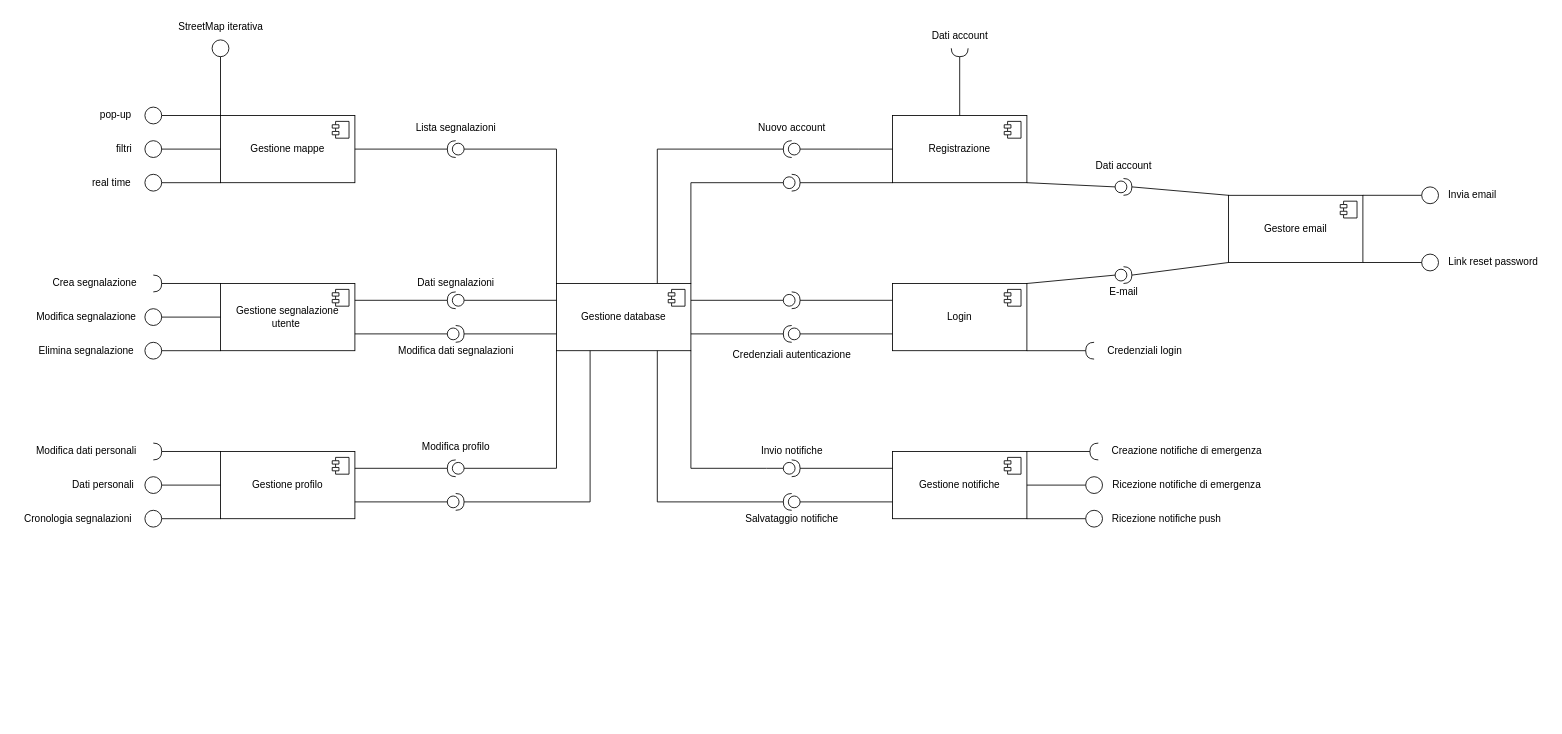
Earlier version of the draw.io diagram page "Copia di Pagina-1" (2 of 2) of ComponentDiagram.drawio (LucaBarbolini/Prova1). Source tidied: cells renumbered, new cells numbered last; positions are measured from the earlier drawing's top-left corner, leaving out a move shared by most shapes. Both pictures are drawn from the tidied source at 84%, with x=0, y=0 at pixel (14, 14).
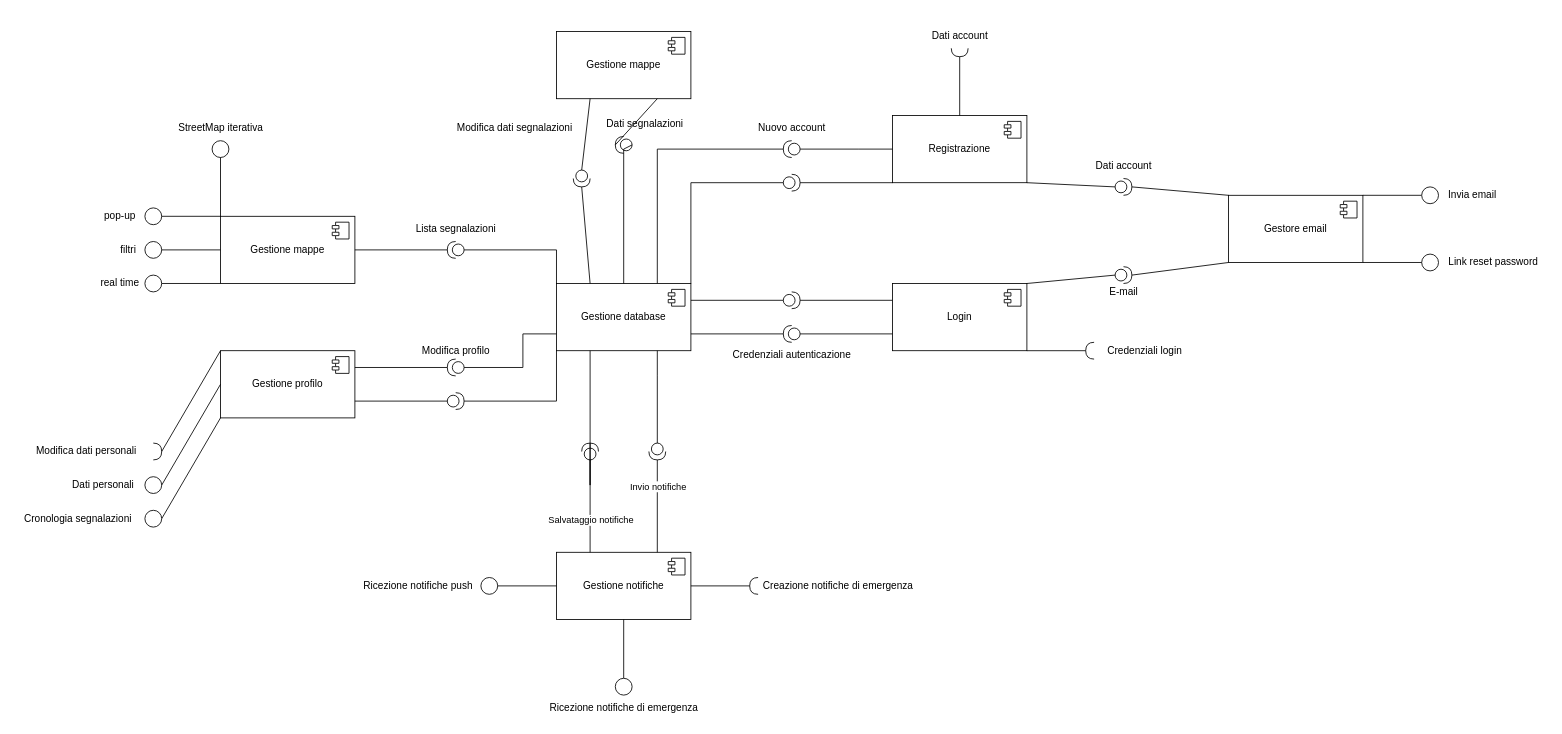
The same page after the edit.

Unchanged cells that the change refers to:
```xml
<mxCell id="2" value="Gestione database" style="html=1;whiteSpace=wrap;" parent="1" vertex="1">
  <mxGeometry x="645" y="320" width="160" height="80" as="geometry" />
</mxCell>
```

What changed in the source:
```diff
@@
     <mxCell id="10" value="Gestione profilo" style="html=1;whiteSpace=wrap;" parent="1" vertex="1">
-      <mxGeometry x="245" y="520" width="160" height="80" as="geometry" />
+      <mxGeometry x="245" y="400" width="160" height="80" as="geometry" />
     </mxCell>
@@
-    <mxCell id="12" value="Gestione segnalazione utente&amp;nbsp;" style="html=1;whiteSpace=wrap;" parent="1" vertex="1">
-      <mxGeometry x="245" y="320" width="160" height="80" as="geometry" />
+    <mxCell id="12" value="Gestione mappe" style="html=1;whiteSpace=wrap;" parent="1" vertex="1">
+      <mxGeometry x="245" y="240" width="160" height="80" as="geometry" />
     </mxCell>
@@
     <mxCell id="14" value="Gestione mappe" style="html=1;whiteSpace=wrap;" parent="1" vertex="1">
-      <mxGeometry x="245" y="120" width="160" height="80" as="geometry" />
+      <mxGeometry x="645" y="20" width="160" height="80" as="geometry" />
     </mxCell>
@@
     <mxCell id="26" style="ellipse;whiteSpace=wrap;html=1;" parent="1" vertex="1">
-      <mxGeometry x="155" y="350" width="20" height="20" as="geometry" />
+      <mxGeometry x="155" y="270" width="20" height="20" as="geometry" />
     </mxCell>
-    <mxCell id="27" value="Modifica segnalazione" style="text;html=1;align=center;verticalAlign=middle;strokeColor=none;fillColor=none;" parent="1" vertex="1">
-      <mxGeometry x="15" y="345" width="140" height="30" as="geometry" />
-    </mxCell>
-    <mxCell id="28" value="Crea segnalazione" style="text;html=1;align=center;verticalAlign=middle;strokeColor=none;fillColor=none;" parent="1" vertex="1">
-      <mxGeometry x="35" y="305" width="120" height="30" as="geometry" />
-    </mxCell>
-    <mxCell id="29" style="endArrow=none;html=1;rounded=0;entryX=0;entryY=0;entryDx=0;entryDy=0;exitX=1;exitY=0.5;exitDx=0;exitDy=0;exitPerimeter=0;" parent="1" edge="1" source="30" target="12">
-      <mxGeometry relative="1" as="geometry" />
-    </mxCell>
-    <mxCell id="30" style="shape=requiredInterface;html=1;verticalLabelPosition=bottom;sketch=0;" parent="1" vertex="1">
-      <mxGeometry x="165" y="310" width="10" height="20" as="geometry" />
-    </mxCell>
     <mxCell id="31" style="ellipse;whiteSpace=wrap;html=1;" parent="1" vertex="1">
-      <mxGeometry x="155" y="390" width="20" height="20" as="geometry" />
+      <mxGeometry x="155" y="310" width="20" height="20" as="geometry" />
     </mxCell>
@@
-    <mxCell id="33" value="Elimina segnalazione" style="text;html=1;align=center;verticalAlign=middle;strokeColor=none;fillColor=none;" parent="1" vertex="1">
-      <mxGeometry x="15" y="385" width="140" height="30" as="geometry" />
-    </mxCell>
@@
-    <mxCell id="56" style="ellipse;whiteSpace=wrap;html=1;direction=south;" parent="1" vertex="1">
-      <mxGeometry x="155" y="110" width="20" height="20" as="geometry" />
-    </mxCell>
-    <mxCell id="57" style="endArrow=none;html=1;rounded=0;entryX=0;entryY=0;entryDx=0;entryDy=0;exitX=0.5;exitY=0;exitDx=0;exitDy=0;" parent="1" edge="1" source="56" target="14">
-      <mxGeometry relative="1" as="geometry" />
-    </mxCell>
     <mxCell id="58" style="shape=providedRequiredInterface;html=1;verticalLabelPosition=bottom;sketch=0;direction=west;" parent="1" vertex="1">
-      <mxGeometry x="515" y="530" width="20" height="20" as="geometry" />
+      <mxGeometry x="515" y="410" width="20" height="20" as="geometry" />
     </mxCell>
-    <mxCell id="59" style="endArrow=none;html=1;rounded=0;entryX=0;entryY=1;entryDx=0;entryDy=0;exitX=0;exitY=0.5;exitDx=0;exitDy=0;exitPerimeter=0;" parent="1" edge="1" source="58" target="2">
+    <mxCell id="59" style="endArrow=none;html=1;rounded=0;entryX=0;entryY=0.75;entryDx=0;entryDy=0;exitX=0;exitY=0.5;exitDx=0;exitDy=0;exitPerimeter=0;" parent="1" edge="1" source="58" target="2">
       <mxGeometry relative="1" as="geometry">
         <Array as="points">
-          <mxPoint x="645" y="540" />
+          <mxPoint x="605" y="420" />
+          <mxPoint x="605" y="380" />
         </Array>
       </mxGeometry>
     </mxCell>
@@
     <mxCell id="61" value="Modifica profilo" style="text;html=1;align=center;verticalAlign=middle;strokeColor=none;fillColor=none;" parent="1" vertex="1">
-      <mxGeometry x="475" y="500" width="100" height="30" as="geometry" />
+      <mxGeometry x="475" y="385" width="100" height="30" as="geometry" />
     </mxCell>
-    <mxCell id="62" style="endArrow=none;html=1;rounded=0;entryX=0;entryY=0.25;entryDx=0;entryDy=0;exitX=0;exitY=0.5;exitDx=0;exitDy=0;exitPerimeter=0;" parent="1" edge="1" source="67" target="2">
-      <mxGeometry relative="1" as="geometry" />
+    <mxCell id="62" style="endArrow=none;html=1;rounded=0;entryX=0;entryY=0;entryDx=0;entryDy=0;exitX=0;exitY=0.5;exitDx=0;exitDy=0;exitPerimeter=0;" parent="1" edge="1" source="67" target="2">
+      <mxGeometry relative="1" as="geometry">
+        <Array as="points">
+          <mxPoint x="645" y="280" />
+        </Array>
+      </mxGeometry>
     </mxCell>
-    <mxCell id="63" style="endArrow=none;html=1;rounded=0;entryX=0;entryY=0.75;entryDx=0;entryDy=0;exitX=1;exitY=0.5;exitDx=0;exitDy=0;exitPerimeter=0;" parent="1" edge="1" source="66" target="2">
+    <mxCell id="63" style="endArrow=none;html=1;rounded=0;entryX=0.25;entryY=0;entryDx=0;entryDy=0;exitX=1;exitY=0.5;exitDx=0;exitDy=0;exitPerimeter=0;" parent="1" edge="1" source="66" target="2">
       <mxGeometry relative="1" as="geometry" />
     </mxCell>
-    <mxCell id="64" style="endArrow=none;html=1;rounded=0;exitX=1;exitY=0.75;exitDx=0;exitDy=0;entryX=0;entryY=0.5;entryDx=0;entryDy=0;entryPerimeter=0;" parent="1" edge="1" source="12" target="66">
+    <mxCell id="64" style="endArrow=none;html=1;rounded=0;exitX=0.25;exitY=1;exitDx=0;exitDy=0;entryX=0;entryY=0.5;entryDx=0;entryDy=0;entryPerimeter=0;" parent="1" edge="1" source="14" target="66">
       <mxGeometry relative="1" as="geometry" />
     </mxCell>
-    <mxCell id="65" style="endArrow=none;html=1;rounded=0;exitX=1;exitY=0.25;exitDx=0;exitDy=0;entryX=1;entryY=0.5;entryDx=0;entryDy=0;entryPerimeter=0;" parent="1" edge="1" source="12" target="67">
+    <mxCell id="65" style="endArrow=none;html=1;rounded=0;exitX=1;exitY=0.5;exitDx=0;exitDy=0;entryX=1;entryY=0.5;entryDx=0;entryDy=0;entryPerimeter=0;" parent="1" edge="1" source="12" target="67">
       <mxGeometry relative="1" as="geometry" />
     </mxCell>
-    <mxCell id="66" style="shape=providedRequiredInterface;html=1;verticalLabelPosition=bottom;sketch=0;direction=east;" parent="1" vertex="1">
-      <mxGeometry x="515" y="370" width="20" height="20" as="geometry" />
+    <mxCell id="66" style="shape=providedRequiredInterface;html=1;verticalLabelPosition=bottom;sketch=0;direction=south;" parent="1" vertex="1">
+      <mxGeometry x="665" y="185" width="20" height="20" as="geometry" />
     </mxCell>
     <mxCell id="67" style="shape=providedRequiredInterface;html=1;verticalLabelPosition=bottom;sketch=0;direction=west;" parent="1" vertex="1">
-      <mxGeometry x="515" y="330" width="20" height="20" as="geometry" />
+      <mxGeometry x="515" y="270" width="20" height="20" as="geometry" />
     </mxCell>
     <mxCell id="68" value="Modifica dati segnalazioni" style="text;html=1;align=center;verticalAlign=middle;strokeColor=none;fillColor=none;" parent="1" vertex="1">
-      <mxGeometry x="445" y="385" width="160" height="30" as="geometry" />
+      <mxGeometry x="515" y="120" width="160" height="30" as="geometry" />
     </mxCell>
     <mxCell id="69" value="Gestione notifiche" style="html=1;whiteSpace=wrap;" parent="1" vertex="1">
-      <mxGeometry x="1045" y="520" width="160" height="80" as="geometry" />
+      <mxGeometry x="645" y="640" width="160" height="80" as="geometry" />
     </mxCell>
@@
-    <mxCell id="71" style="endArrow=none;html=1;rounded=0;entryX=1;entryY=0.5;entryDx=0;entryDy=0;exitX=0;exitY=0.5;exitDx=0;exitDy=0;" parent="1" edge="1" source="72" target="69">
+    <mxCell id="71" style="endArrow=none;html=1;rounded=0;entryX=0.5;entryY=1;entryDx=0;entryDy=0;exitX=0;exitY=0.5;exitDx=0;exitDy=0;" parent="1" edge="1" source="72" target="69">
       <mxGeometry relative="1" as="geometry" />
     </mxCell>
-    <mxCell id="72" style="ellipse;whiteSpace=wrap;html=1;" parent="1" vertex="1">
-      <mxGeometry x="1275" y="550" width="20" height="20" as="geometry" />
+    <mxCell id="72" style="ellipse;whiteSpace=wrap;html=1;direction=south;" parent="1" vertex="1">
+      <mxGeometry x="715" y="790" width="20" height="20" as="geometry" />
     </mxCell>
-    <mxCell id="73" style="endArrow=none;html=1;rounded=0;entryX=1;entryY=1;entryDx=0;entryDy=0;exitX=0;exitY=0.5;exitDx=0;exitDy=0;" parent="1" edge="1" source="74" target="69">
+    <mxCell id="73" style="endArrow=none;html=1;rounded=0;entryX=0;entryY=0.5;entryDx=0;entryDy=0;exitX=0;exitY=0.5;exitDx=0;exitDy=0;" parent="1" edge="1" source="74" target="69">
       <mxGeometry relative="1" as="geometry" />
     </mxCell>
-    <mxCell id="74" style="ellipse;whiteSpace=wrap;html=1;" parent="1" vertex="1">
-      <mxGeometry x="1275" y="590" width="20" height="20" as="geometry" />
+    <mxCell id="74" style="ellipse;whiteSpace=wrap;html=1;direction=west;" parent="1" vertex="1">
+      <mxGeometry x="555" y="670" width="20" height="20" as="geometry" />
     </mxCell>
     <mxCell id="75" value="Ricezione notifiche push" style="text;html=1;align=center;verticalAlign=middle;strokeColor=none;fillColor=none;" parent="1" vertex="1">
-      <mxGeometry x="1296" y="585" width="150" height="30" as="geometry" />
+      <mxGeometry x="405" y="665" width="150" height="30" as="geometry" />
     </mxCell>
     <mxCell id="76" value="Ricezione notifiche di emergenza" style="text;html=1;align=center;verticalAlign=middle;strokeColor=none;fillColor=none;" parent="1" vertex="1">
-      <mxGeometry x="1295" y="545" width="200" height="30" as="geometry" />
+      <mxGeometry x="625" y="810" width="200" height="30" as="geometry" />
     </mxCell>
     <mxCell id="77" style="shape=requiredInterface;html=1;verticalLabelPosition=bottom;sketch=0;direction=west;" parent="1" vertex="1">
-      <mxGeometry x="1280" y="510" width="10" height="20" as="geometry" />
+      <mxGeometry x="875" y="670" width="10" height="20" as="geometry" />
     </mxCell>
-    <mxCell id="78" style="endArrow=none;html=1;rounded=0;entryX=1;entryY=0.5;entryDx=0;entryDy=0;entryPerimeter=0;exitX=1;exitY=0;exitDx=0;exitDy=0;" parent="1" edge="1" source="69" target="77">
+    <mxCell id="78" style="endArrow=none;html=1;rounded=0;entryX=1;entryY=0.5;entryDx=0;entryDy=0;entryPerimeter=0;exitX=1;exitY=0.5;exitDx=0;exitDy=0;" parent="1" edge="1" source="69" target="77">
       <mxGeometry relative="1" as="geometry" />
     </mxCell>
-    <mxCell id="79" style="shape=providedRequiredInterface;html=1;verticalLabelPosition=bottom;sketch=0;direction=east;rotation=0;" parent="1" vertex="1">
-      <mxGeometry x="915" y="530" width="20" height="20" as="geometry" />
+    <mxCell id="79" style="shape=providedRequiredInterface;html=1;verticalLabelPosition=bottom;sketch=0;direction=south;rotation=0;" parent="1" vertex="1">
+      <mxGeometry x="755" y="510" width="20" height="20" as="geometry" />
     </mxCell>
-    <mxCell id="80" style="shape=providedRequiredInterface;html=1;verticalLabelPosition=bottom;sketch=0;direction=west;rotation=0;" parent="1" vertex="1">
-      <mxGeometry x="915" y="570" width="20" height="20" as="geometry" />
+    <mxCell id="80" style="shape=providedRequiredInterface;html=1;verticalLabelPosition=bottom;sketch=0;direction=north;rotation=0;" parent="1" vertex="1">
+      <mxGeometry x="675" y="510" width="20" height="20" as="geometry" />
     </mxCell>
-    <mxCell id="81" style="endArrow=none;html=1;rounded=0;exitX=0.75;exitY=1;exitDx=0;exitDy=0;entryX=1;entryY=0.5;entryDx=0;entryDy=0;entryPerimeter=0;" parent="1" edge="1" source="2" target="80">
+    <mxCell id="81" style="endArrow=none;html=1;rounded=0;exitX=0.25;exitY=1;exitDx=0;exitDy=0;entryX=1;entryY=0.5;entryDx=0;entryDy=0;entryPerimeter=0;" parent="1" edge="1" source="2" target="80">
       <mxGeometry relative="1" as="geometry">
         <Array as="points">
-          <mxPoint x="765" y="580" />
+          <mxPoint x="685" y="560" />
         </Array>
       </mxGeometry>
     </mxCell>
     <mxCell id="82" value="Creazione notifiche di emergenza" style="text;html=1;align=center;verticalAlign=middle;strokeColor=none;fillColor=none;" parent="1" vertex="1">
-      <mxGeometry x="1295" y="505" width="200" height="30" as="geometry" />
+      <mxGeometry x="880" y="665" width="200" height="30" as="geometry" />
     </mxCell>
+    <mxCell id="84" style="endArrow=none;html=1;rounded=0;entryX=0.25;entryY=0;entryDx=0;entryDy=0;exitX=0;exitY=0.5;exitDx=0;exitDy=0;exitPerimeter=0;" parent="1" edge="1" source="80" target="69">
+      <mxGeometry relative="1" as="geometry" />
+    </mxCell>
+    <mxCell id="106" value="Salvataggio notifiche" style="edgeLabel;html=1;align=center;verticalAlign=middle;" parent="84" vertex="1">
+      <mxGeometry x="-0.1" y="1" relative="1" as="geometry">
+        <mxPoint x="-1" y="21" as="offset" />
+      </mxGeometry>
+    </mxCell>
+    <mxCell id="85" style="endArrow=none;html=1;rounded=0;entryX=0.75;entryY=0;entryDx=0;entryDy=0;exitX=1;exitY=0.5;exitDx=0;exitDy=0;exitPerimeter=0;" parent="1" edge="1" source="79" target="69">
+      <mxGeometry relative="1" as="geometry" />
+    </mxCell>
-    <mxCell id="83" value="Invio notifiche" style="text;html=1;align=center;verticalAlign=middle;strokeColor=none;fillColor=none;" parent="1" vertex="1">
-      <mxGeometry x="875" y="505" width="100" height="30" as="geometry" />
+    <mxCell id="83" value="Invio notifiche" style="edgeLabel;html=1;align=center;verticalAlign=middle;" parent="85" vertex="1">
+      <mxGeometry x="-0.22" y="-1" relative="1" as="geometry">
+        <mxPoint x="1" y="-12" as="offset" />
+      </mxGeometry>
     </mxCell>
-    <mxCell id="84" style="endArrow=none;html=1;rounded=0;entryX=0;entryY=0.75;entryDx=0;entryDy=0;exitX=0;exitY=0.5;exitDx=0;exitDy=0;exitPerimeter=0;" parent="1" edge="1" source="80" target="69">
-      <mxGeometry relative="1" as="geometry" />
-    </mxCell>
-    <mxCell id="85" style="endArrow=none;html=1;rounded=0;entryX=0;entryY=0.25;entryDx=0;entryDy=0;exitX=1;exitY=0.5;exitDx=0;exitDy=0;exitPerimeter=0;" parent="1" edge="1" source="79" target="69">
-      <mxGeometry relative="1" as="geometry" />
-    </mxCell>
-    <mxCell id="86" style="endArrow=none;html=1;rounded=0;exitX=0;exitY=0.5;exitDx=0;exitDy=0;exitPerimeter=0;entryX=1;entryY=1;entryDx=0;entryDy=0;" parent="1" edge="1" source="79" target="2">
+    <mxCell id="86" style="endArrow=none;html=1;rounded=0;exitX=0;exitY=0.5;exitDx=0;exitDy=0;exitPerimeter=0;entryX=0.75;entryY=1;entryDx=0;entryDy=0;" parent="1" edge="1" source="79" target="2">
       <mxGeometry relative="1" as="geometry">
         <Array as="points">
-          <mxPoint x="895" y="540" />
-          <mxPoint x="805" y="540" />
+          <mxPoint x="765" y="430" />
         </Array>
       </mxGeometry>
     </mxCell>
@@
     <mxCell id="97" style="shape=providedRequiredInterface;html=1;verticalLabelPosition=bottom;sketch=0;direction=west;" parent="1" vertex="1">
-      <mxGeometry x="515" y="150" width="20" height="20" as="geometry" />
+      <mxGeometry x="715" y="145" width="20" height="20" as="geometry" />
     </mxCell>
-    <mxCell id="98" style="endArrow=none;html=1;rounded=0;entryX=1;entryY=0.5;entryDx=0;entryDy=0;exitX=1;exitY=0.5;exitDx=0;exitDy=0;exitPerimeter=0;" parent="1" edge="1" source="97" target="14">
+    <mxCell id="98" style="endArrow=none;html=1;rounded=0;entryX=0.75;entryY=1;entryDx=0;entryDy=0;exitX=1;exitY=0.5;exitDx=0;exitDy=0;exitPerimeter=0;" parent="1" edge="1" source="97" target="14">
       <mxGeometry relative="1" as="geometry" />
     </mxCell>
-    <mxCell id="99" style="endArrow=none;html=1;rounded=0;entryX=0;entryY=0;entryDx=0;entryDy=0;exitX=0;exitY=0.5;exitDx=0;exitDy=0;exitPerimeter=0;" parent="1" edge="1" source="97" target="2">
+    <mxCell id="99" style="endArrow=none;html=1;rounded=0;entryX=0.5;entryY=0;entryDx=0;entryDy=0;exitX=0;exitY=0.5;exitDx=0;exitDy=0;exitPerimeter=0;" parent="1" edge="1" source="97" target="2">
       <mxGeometry relative="1" as="geometry">
         <Array as="points">
-          <mxPoint x="645" y="160" />
+          <mxPoint x="725" y="160" />
         </Array>
       </mxGeometry>
     </mxCell>
     <mxCell id="100" style="shape=providedRequiredInterface;html=1;verticalLabelPosition=bottom;sketch=0;direction=east;" parent="1" vertex="1">
-      <mxGeometry x="515" y="570" width="20" height="20" as="geometry" />
+      <mxGeometry x="515" y="450" width="20" height="20" as="geometry" />
     </mxCell>
-    <mxCell id="101" style="endArrow=none;html=1;rounded=0;entryX=0.25;entryY=1;entryDx=0;entryDy=0;exitX=1;exitY=0.5;exitDx=0;exitDy=0;exitPerimeter=0;" parent="1" edge="1" source="100" target="2">
+    <mxCell id="101" style="endArrow=none;html=1;rounded=0;entryX=0;entryY=1;entryDx=0;entryDy=0;exitX=1;exitY=0.5;exitDx=0;exitDy=0;exitPerimeter=0;" parent="1" edge="1" source="100" target="2">
       <mxGeometry relative="1" as="geometry">
         <Array as="points">
-          <mxPoint x="685" y="580" />
+          <mxPoint x="645" y="460" />
         </Array>
       </mxGeometry>
     </mxCell>
@@
-    <mxCell id="106" value="Salvataggio notifiche" style="text;html=1;align=center;verticalAlign=middle;strokeColor=none;fillColor=none;" parent="1" vertex="1">
-      <mxGeometry x="860" y="585" width="130" height="30" as="geometry" />
-    </mxCell>
     <mxCell id="107" value="Lista segnalazioni" style="text;html=1;align=center;verticalAlign=middle;strokeColor=none;fillColor=none;" parent="1" vertex="1">
-      <mxGeometry x="465" y="120" width="120" height="30" as="geometry" />
+      <mxGeometry x="465" y="240" width="120" height="30" as="geometry" />
     </mxCell>
-    <mxCell id="108" style="ellipse;whiteSpace=wrap;html=1;direction=south;" parent="1" vertex="1">
-      <mxGeometry x="155" y="190" width="20" height="20" as="geometry" />
-    </mxCell>
-    <mxCell id="109" style="ellipse;whiteSpace=wrap;html=1;direction=south;" parent="1" vertex="1">
-      <mxGeometry x="235" y="30" width="20" height="20" as="geometry" />
-    </mxCell>
-    <mxCell id="110" style="ellipse;whiteSpace=wrap;html=1;direction=south;" parent="1" vertex="1">
-      <mxGeometry x="155" y="150" width="20" height="20" as="geometry" />
-    </mxCell>
-    <mxCell id="111" style="endArrow=none;html=1;rounded=0;entryX=0;entryY=0.5;entryDx=0;entryDy=0;exitX=0.5;exitY=0;exitDx=0;exitDy=0;" parent="1" edge="1" source="110" target="14">
-      <mxGeometry relative="1" as="geometry" />
-    </mxCell>
-    <mxCell id="112" style="endArrow=none;html=1;rounded=0;entryX=0;entryY=1;entryDx=0;entryDy=0;exitX=0.5;exitY=0;exitDx=0;exitDy=0;" parent="1" edge="1" source="108" target="14">
-      <mxGeometry relative="1" as="geometry" />
-    </mxCell>
-    <mxCell id="113" style="endArrow=none;html=1;rounded=0;entryX=0;entryY=0;entryDx=0;entryDy=0;exitX=1;exitY=0.5;exitDx=0;exitDy=0;" parent="1" edge="1" source="109" target="14">
-      <mxGeometry relative="1" as="geometry" />
-    </mxCell>
-    <mxCell id="114" value="StreetMap iterativa" style="text;html=1;align=center;verticalAlign=middle;strokeColor=none;fillColor=none;" parent="1" vertex="1">
-      <mxGeometry x="185" width="120" height="30" as="geometry" />
-    </mxCell>
     <mxCell id="115" value="pop-up" style="text;html=1;align=center;verticalAlign=middle;strokeColor=none;fillColor=none;" parent="1" vertex="1">
-      <mxGeometry x="90" y="105" width="60" height="30" as="geometry" />
+      <mxGeometry x="95" y="225" width="60" height="30" as="geometry" />
     </mxCell>
     <mxCell id="116" value="filtri" style="text;html=1;align=center;verticalAlign=middle;strokeColor=none;fillColor=none;" parent="1" vertex="1">
-      <mxGeometry x="110" y="145" width="40" height="30" as="geometry" />
+      <mxGeometry x="115" y="265" width="40" height="30" as="geometry" />
     </mxCell>
     <mxCell id="117" value="real time" style="text;html=1;align=center;verticalAlign=middle;strokeColor=none;fillColor=none;" parent="1" vertex="1">
-      <mxGeometry x="80" y="185" width="70" height="30" as="geometry" />
+      <mxGeometry x="90" y="305" width="70" height="30" as="geometry" />
     </mxCell>
     <mxCell id="118" value="Dati segnalazioni" style="text;html=1;align=center;verticalAlign=middle;strokeColor=none;fillColor=none;" parent="1" vertex="1">
-      <mxGeometry x="470" y="305" width="110" height="30" as="geometry" />
+      <mxGeometry x="695" y="115" width="110" height="30" as="geometry" />
     </mxCell>
+    <mxCell id="119" style="ellipse;whiteSpace=wrap;html=1;" parent="1" vertex="1">
+      <mxGeometry x="155" y="230" width="20" height="20" as="geometry" />
+    </mxCell>
+    <mxCell id="120" style="endArrow=none;html=1;rounded=0;entryX=0;entryY=0;entryDx=0;entryDy=0;exitX=1;exitY=0.5;exitDx=0;exitDy=0;" parent="1" edge="1" source="119" target="12">
+      <mxGeometry relative="1" as="geometry" />
+    </mxCell>
+    <mxCell id="114" value="StreetMap iterativa" style="text;html=1;align=center;verticalAlign=middle;strokeColor=none;fillColor=none;" parent="1" vertex="1">
+      <mxGeometry x="185" y="120" width="120" height="30" as="geometry" />
+    </mxCell>
+    <mxCell id="121" style="ellipse;whiteSpace=wrap;html=1;" parent="1" vertex="1">
+      <mxGeometry x="235" y="150" width="20" height="20" as="geometry" />
+    </mxCell>
+    <mxCell id="122" style="endArrow=none;html=1;rounded=0;entryX=0.5;entryY=1;entryDx=0;entryDy=0;exitX=0;exitY=0;exitDx=0;exitDy=0;" parent="1" edge="1" source="12" target="121">
+      <mxGeometry relative="1" as="geometry" />
+    </mxCell>
```
